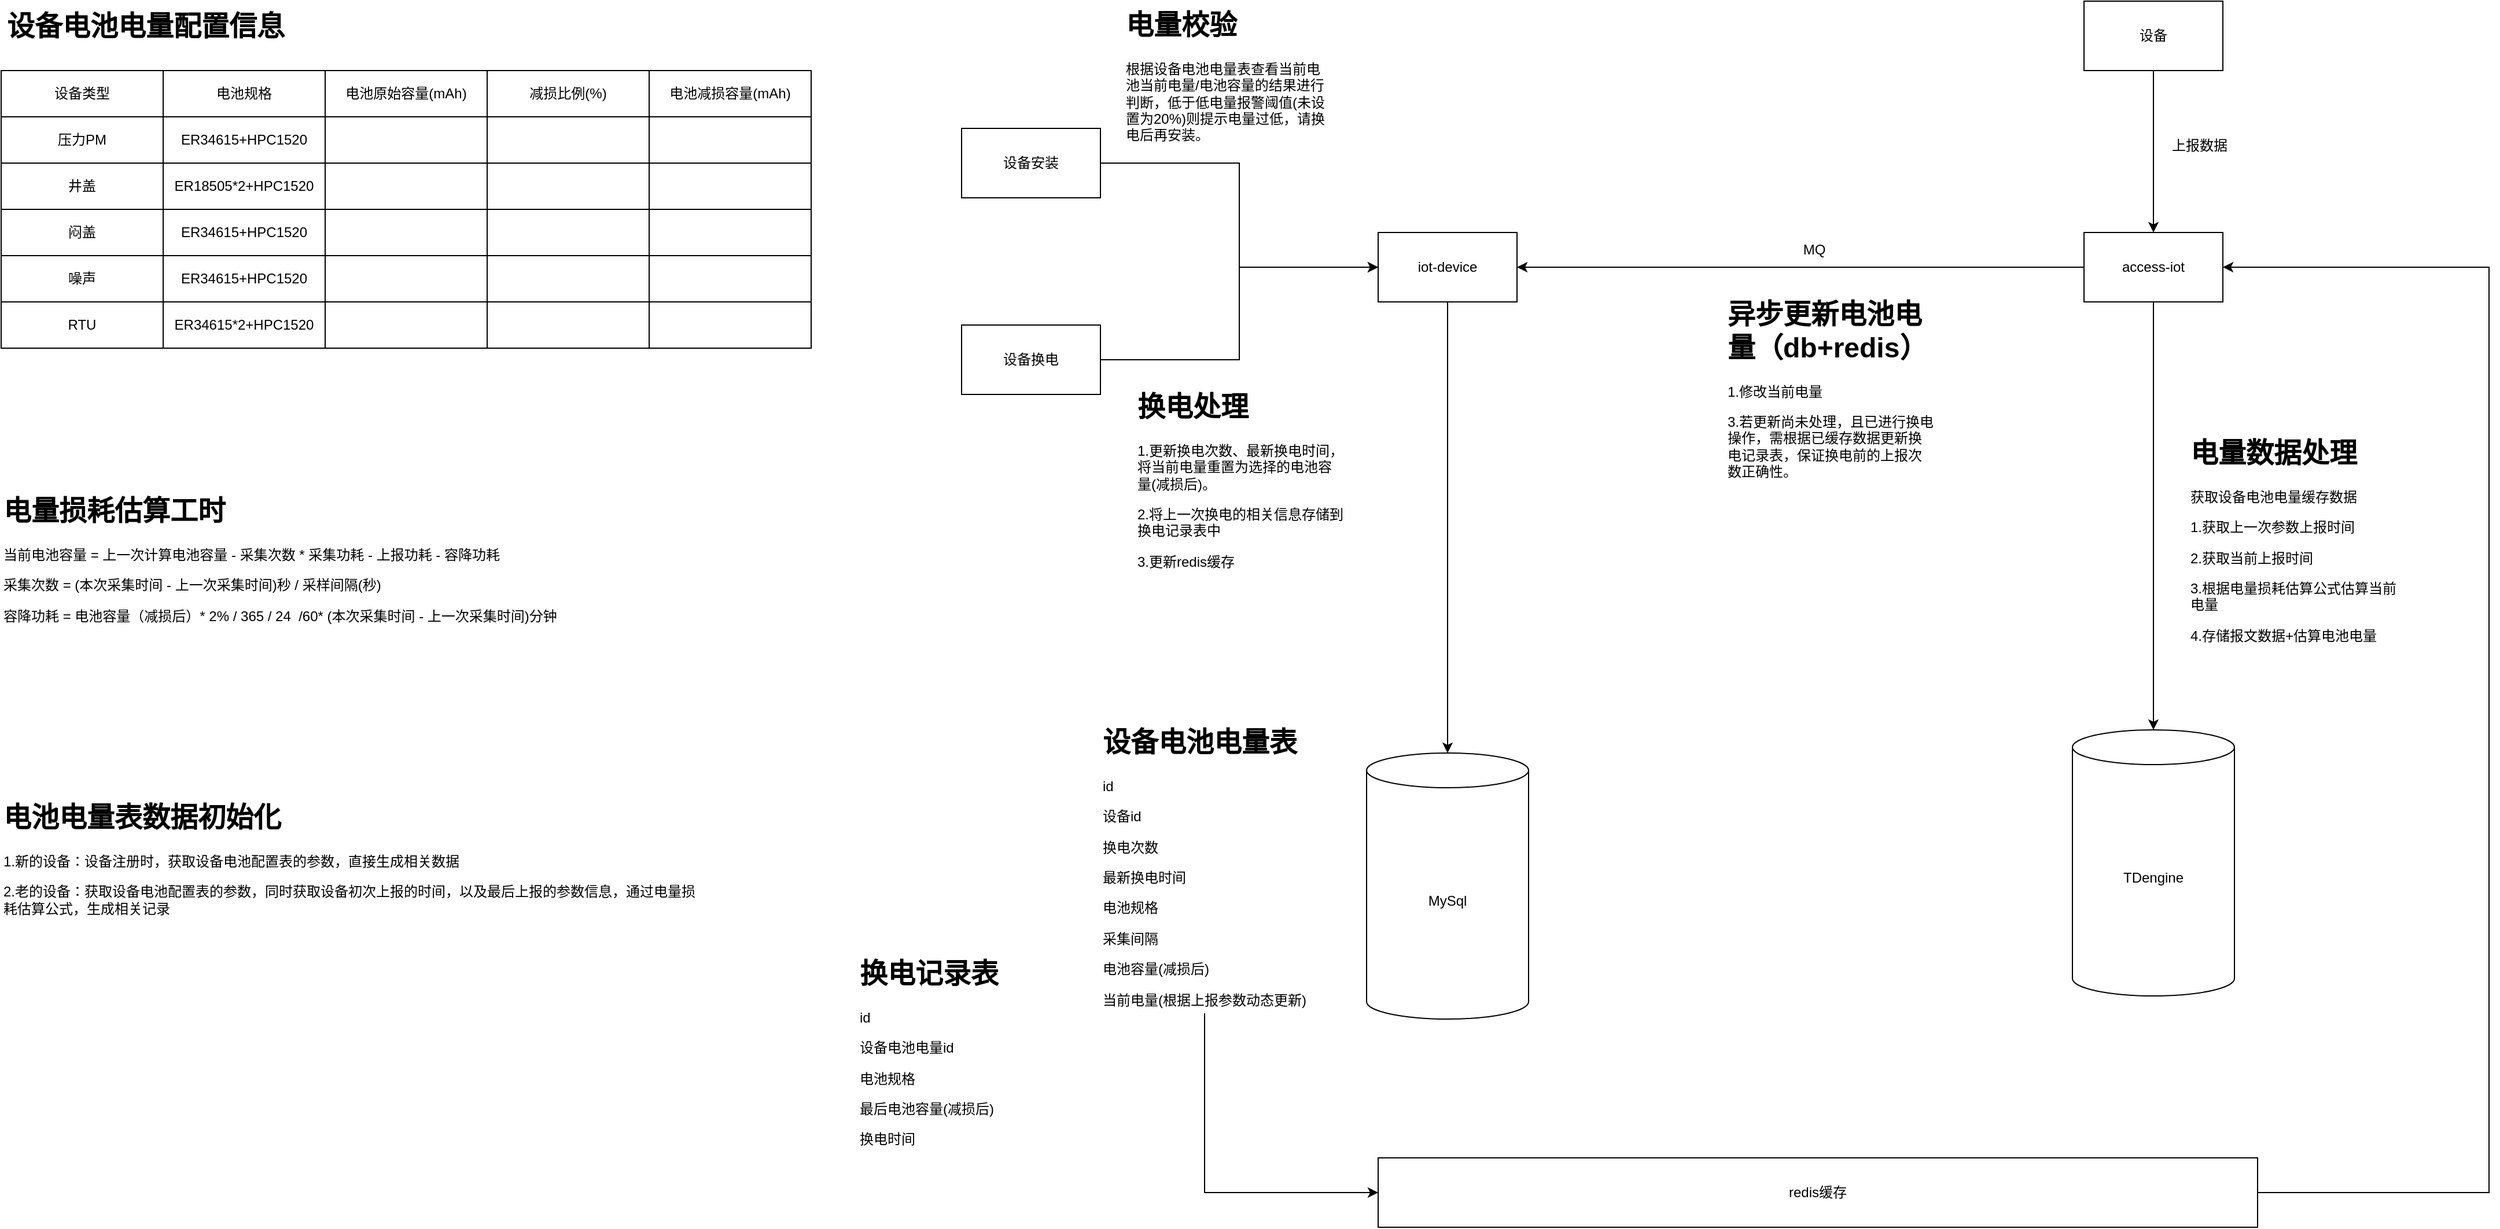
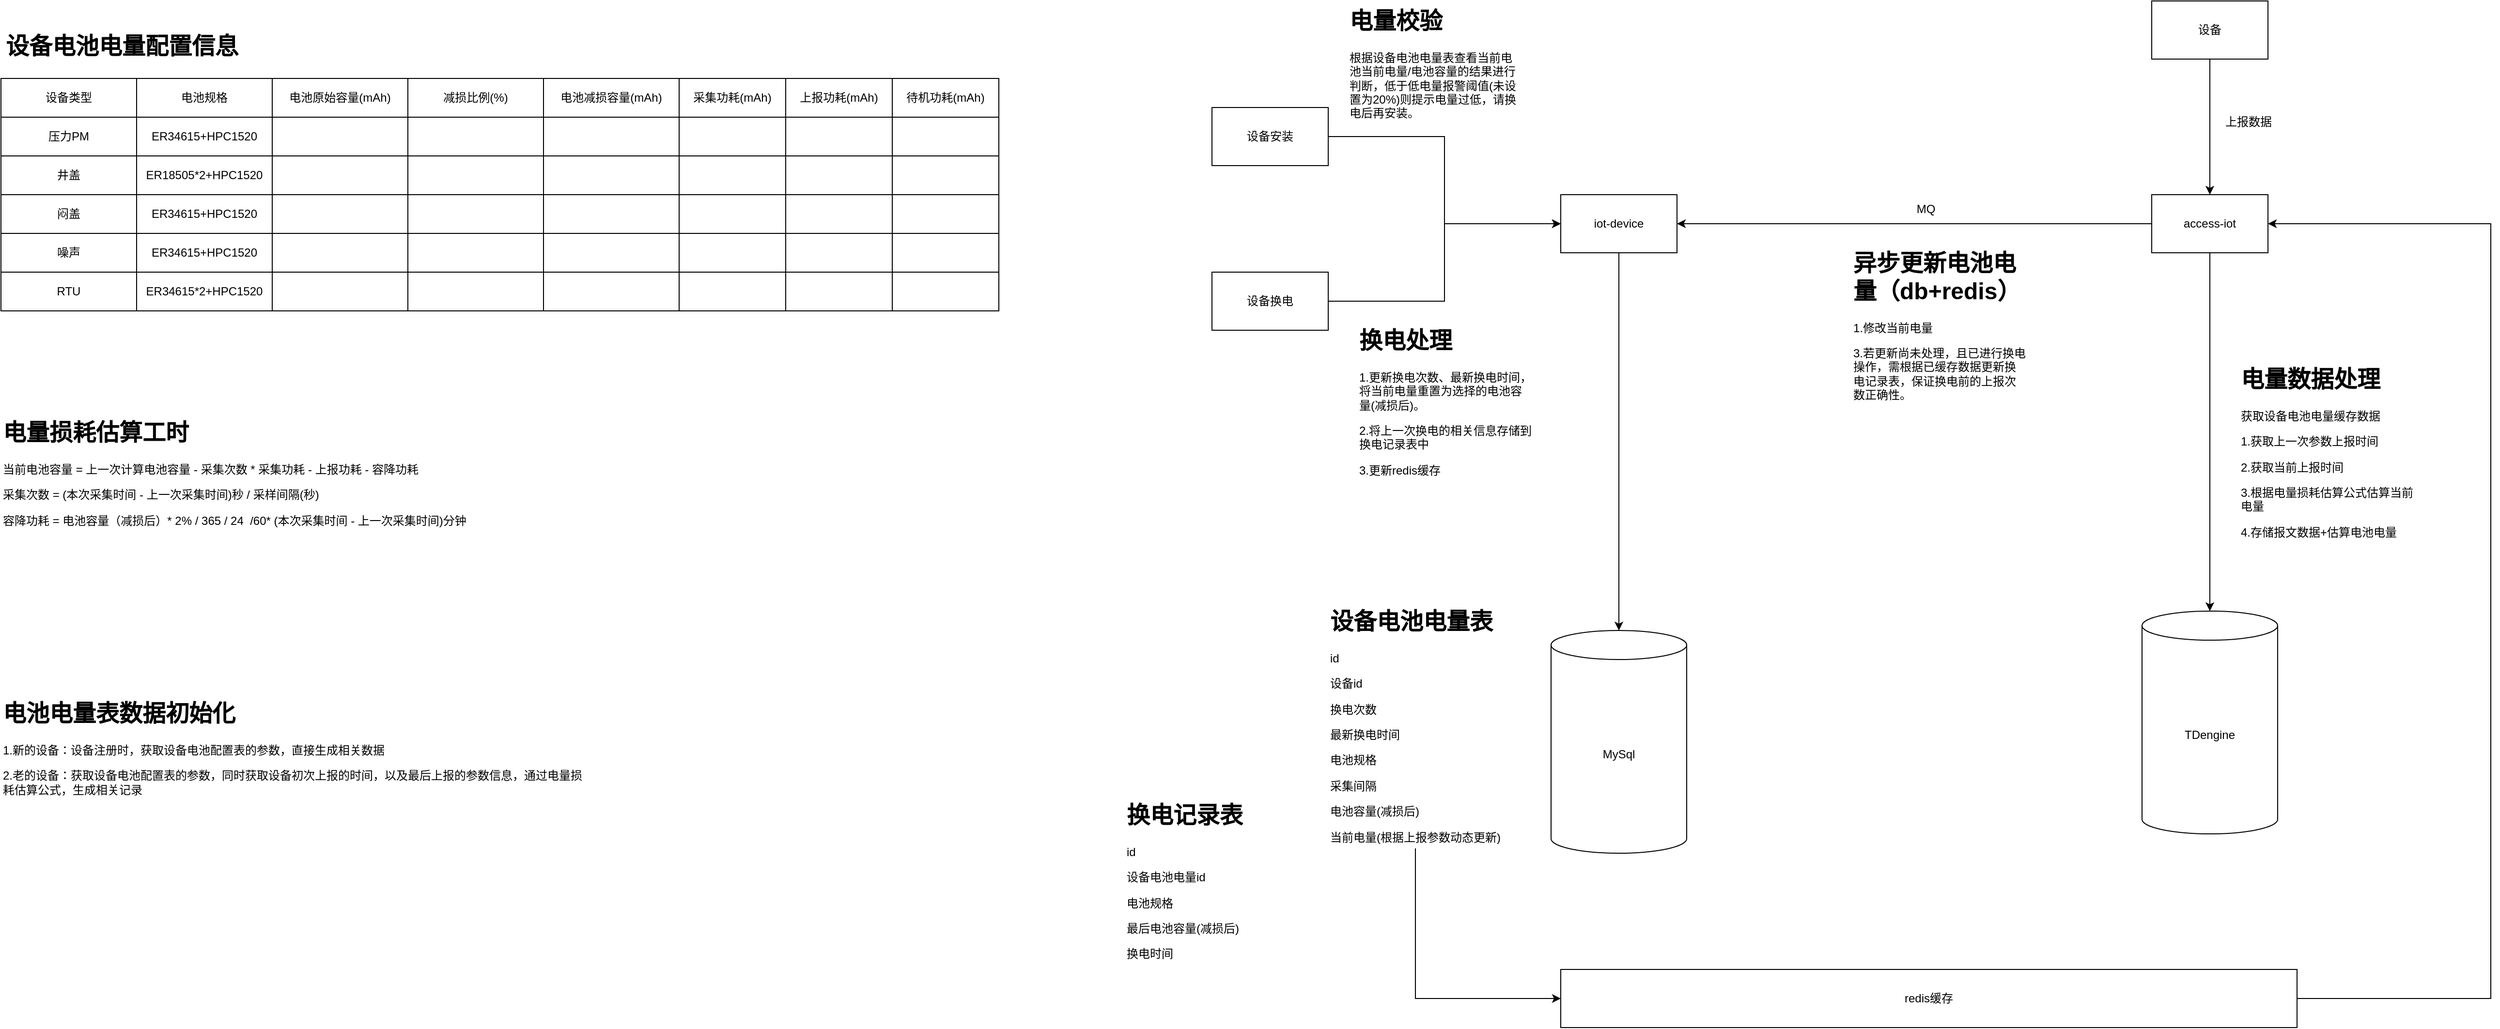
<mxfile host="app.diagrams.net">
  <diagram name="第 1 页" id="CJTt0Y1e_nSTC3EHAazc">
-     <mxGraphModel dx="2046" dy="1106" grid="1" gridSize="10" guides="1" tooltips="1" connect="1" arrows="1" fold="1" page="1" pageScale="1" pageWidth="827" pageHeight="1169" math="0" shadow="0">
+     <mxGraphModel dx="2873" dy="1106" grid="1" gridSize="10" guides="1" tooltips="1" connect="1" arrows="1" fold="1" page="1" pageScale="1" pageWidth="827" pageHeight="1169" math="0" shadow="0">
      <root>
        <mxCell id="0" />
        <mxCell id="1" parent="0" />
        <mxCell id="PJUP-OBpyC3OTBr9TddZ-1" edge="1" parent="1" source="PJUP-OBpyC3OTBr9TddZ-2" style="edgeStyle=orthogonalEdgeStyle;rounded=0;orthogonalLoop=1;jettySize=auto;html=1;exitX=0.5;exitY=1;exitDx=0;exitDy=0;" target="PJUP-OBpyC3OTBr9TddZ-6">
          <mxGeometry relative="1" as="geometry" />
        </mxCell>
        <mxCell id="PJUP-OBpyC3OTBr9TddZ-2" parent="1" style="rounded=0;whiteSpace=wrap;html=1;" value="iot-device" vertex="1">
          <mxGeometry height="60" width="120" x="1560" y="530" as="geometry" />
        </mxCell>
        <mxCell id="PJUP-OBpyC3OTBr9TddZ-3" edge="1" parent="1" source="PJUP-OBpyC3OTBr9TddZ-5" style="edgeStyle=orthogonalEdgeStyle;rounded=0;orthogonalLoop=1;jettySize=auto;html=1;exitX=0;exitY=0.5;exitDx=0;exitDy=0;entryX=1;entryY=0.5;entryDx=0;entryDy=0;" target="PJUP-OBpyC3OTBr9TddZ-2">
          <mxGeometry relative="1" as="geometry" />
        </mxCell>
        <mxCell id="PJUP-OBpyC3OTBr9TddZ-4" edge="1" parent="1" source="PJUP-OBpyC3OTBr9TddZ-5" style="edgeStyle=orthogonalEdgeStyle;rounded=0;orthogonalLoop=1;jettySize=auto;html=1;exitX=0.5;exitY=1;exitDx=0;exitDy=0;" target="PJUP-OBpyC3OTBr9TddZ-7">
          <mxGeometry relative="1" as="geometry" />
        </mxCell>
        <mxCell id="PJUP-OBpyC3OTBr9TddZ-5" parent="1" style="rounded=0;whiteSpace=wrap;html=1;" value="access-iot" vertex="1">
          <mxGeometry height="60" width="120" x="2170" y="530" as="geometry" />
        </mxCell>
        <mxCell id="PJUP-OBpyC3OTBr9TddZ-6" parent="1" style="shape=cylinder3;whiteSpace=wrap;html=1;boundedLbl=1;backgroundOutline=1;size=15;" value="MySql" vertex="1">
          <mxGeometry height="230" width="140" x="1550" y="980" as="geometry" />
        </mxCell>
        <mxCell id="PJUP-OBpyC3OTBr9TddZ-7" parent="1" style="shape=cylinder3;whiteSpace=wrap;html=1;boundedLbl=1;backgroundOutline=1;size=15;" value="TDengine" vertex="1">
          <mxGeometry height="230" width="140" x="2160" y="960" as="geometry" />
        </mxCell>
        <mxCell id="PJUP-OBpyC3OTBr9TddZ-8" parent="1" style="text;html=1;whiteSpace=wrap;strokeColor=none;fillColor=none;align=center;verticalAlign=middle;rounded=0;" value="MQ" vertex="1">
          <mxGeometry height="30" width="60" x="1907" y="530" as="geometry" />
        </mxCell>
        <mxCell id="PJUP-OBpyC3OTBr9TddZ-9" edge="1" parent="1" source="PJUP-OBpyC3OTBr9TddZ-10" style="edgeStyle=orthogonalEdgeStyle;rounded=0;orthogonalLoop=1;jettySize=auto;html=1;exitX=0.5;exitY=1;exitDx=0;exitDy=0;entryX=0;entryY=0.5;entryDx=0;entryDy=0;" target="PJUP-OBpyC3OTBr9TddZ-12">
          <mxGeometry relative="1" as="geometry" />
        </mxCell>
        <mxCell id="PJUP-OBpyC3OTBr9TddZ-10" parent="1" style="text;html=1;whiteSpace=wrap;overflow=hidden;rounded=0;" value="&lt;h1 style=&quot;margin-top: 0px;&quot;&gt;设备电池电量表&lt;/h1&gt;&lt;p&gt;id&lt;/p&gt;&lt;p&gt;设备id&lt;/p&gt;&lt;p&gt;换电次数&lt;/p&gt;&lt;p&gt;最新换电时间&lt;/p&gt;&lt;p&gt;电池规格&lt;/p&gt;&lt;p&gt;采集间隔&lt;/p&gt;&lt;p&gt;电池容量(减损后)&lt;/p&gt;&lt;p&gt;当前电量(&lt;span style=&quot;background-color: transparent; color: light-dark(rgb(0, 0, 0), rgb(255, 255, 255));&quot;&gt;根据上报参数动态更新&lt;/span&gt;&lt;span style=&quot;background-color: transparent; color: light-dark(rgb(0, 0, 0), rgb(255, 255, 255));&quot;&gt;)&lt;/span&gt;&lt;/p&gt;" vertex="1">
          <mxGeometry height="255" width="180" x="1320" y="950" as="geometry" />
        </mxCell>
        <mxCell id="PJUP-OBpyC3OTBr9TddZ-11" edge="1" parent="1" source="PJUP-OBpyC3OTBr9TddZ-12" style="edgeStyle=orthogonalEdgeStyle;rounded=0;orthogonalLoop=1;jettySize=auto;html=1;exitX=1;exitY=0.5;exitDx=0;exitDy=0;entryX=1;entryY=0.5;entryDx=0;entryDy=0;" target="PJUP-OBpyC3OTBr9TddZ-5">
          <mxGeometry relative="1" as="geometry">
            <Array as="points">
              <mxPoint x="2520" y="1360" />
              <mxPoint x="2520" y="560" />
            </Array>
          </mxGeometry>
        </mxCell>
        <mxCell id="PJUP-OBpyC3OTBr9TddZ-12" parent="1" style="rounded=0;whiteSpace=wrap;html=1;" value="redis缓存" vertex="1">
          <mxGeometry height="60" width="760" x="1560" y="1330" as="geometry" />
        </mxCell>
        <mxCell id="PJUP-OBpyC3OTBr9TddZ-13" edge="1" parent="1" source="PJUP-OBpyC3OTBr9TddZ-14" style="edgeStyle=orthogonalEdgeStyle;rounded=0;orthogonalLoop=1;jettySize=auto;html=1;exitX=0.5;exitY=1;exitDx=0;exitDy=0;entryX=0.5;entryY=0;entryDx=0;entryDy=0;" target="PJUP-OBpyC3OTBr9TddZ-5">
          <mxGeometry relative="1" as="geometry" />
        </mxCell>
        <mxCell id="PJUP-OBpyC3OTBr9TddZ-14" parent="1" style="rounded=0;whiteSpace=wrap;html=1;" value="设备" vertex="1">
          <mxGeometry height="60" width="120" x="2170" y="330" as="geometry" />
        </mxCell>
        <mxCell id="PJUP-OBpyC3OTBr9TddZ-15" parent="1" style="text;html=1;whiteSpace=wrap;strokeColor=none;fillColor=none;align=center;verticalAlign=middle;rounded=0;" value="上报数据" vertex="1">
          <mxGeometry height="30" width="60" x="2240" y="440" as="geometry" />
        </mxCell>
        <mxCell id="PJUP-OBpyC3OTBr9TddZ-16" parent="1" style="text;html=1;whiteSpace=wrap;overflow=hidden;rounded=0;" value="&lt;h1 style=&quot;margin-top: 0px;&quot;&gt;电量数据处理&lt;/h1&gt;&lt;p&gt;获取设备电池电量缓存数据&lt;/p&gt;&lt;p&gt;1.获取上一次参数上报时间&lt;/p&gt;&lt;p&gt;2.获取当前上报时间&lt;/p&gt;&lt;p&gt;3.根据电量损耗估算公式估算当前电量&lt;/p&gt;&lt;p&gt;4.存储报文数据+估算电池电量&lt;/p&gt;&lt;p&gt;&lt;br&gt;&lt;/p&gt;&lt;p&gt;&lt;br&gt;&lt;/p&gt;" vertex="1">
          <mxGeometry height="250" width="180" x="2260" y="700" as="geometry" />
        </mxCell>
        <mxCell id="PJUP-OBpyC3OTBr9TddZ-17" edge="1" parent="1" source="PJUP-OBpyC3OTBr9TddZ-18" style="edgeStyle=orthogonalEdgeStyle;rounded=0;orthogonalLoop=1;jettySize=auto;html=1;exitX=1;exitY=0.5;exitDx=0;exitDy=0;entryX=0;entryY=0.5;entryDx=0;entryDy=0;" target="PJUP-OBpyC3OTBr9TddZ-2">
          <mxGeometry relative="1" as="geometry" />
        </mxCell>
        <mxCell id="PJUP-OBpyC3OTBr9TddZ-18" parent="1" style="rounded=0;whiteSpace=wrap;html=1;" value="设备安装" vertex="1">
          <mxGeometry height="60" width="120" x="1200" y="440" as="geometry" />
        </mxCell>
        <mxCell id="PJUP-OBpyC3OTBr9TddZ-19" edge="1" parent="1" source="PJUP-OBpyC3OTBr9TddZ-20" style="edgeStyle=orthogonalEdgeStyle;rounded=0;orthogonalLoop=1;jettySize=auto;html=1;exitX=1;exitY=0.5;exitDx=0;exitDy=0;entryX=0;entryY=0.5;entryDx=0;entryDy=0;" target="PJUP-OBpyC3OTBr9TddZ-2">
          <mxGeometry relative="1" as="geometry" />
        </mxCell>
        <mxCell id="PJUP-OBpyC3OTBr9TddZ-20" parent="1" style="rounded=0;whiteSpace=wrap;html=1;" value="设备换电" vertex="1">
          <mxGeometry height="60" width="120" x="1200" y="610" as="geometry" />
        </mxCell>
        <mxCell id="PJUP-OBpyC3OTBr9TddZ-21" parent="1" style="text;html=1;whiteSpace=wrap;overflow=hidden;rounded=0;" value="&lt;h1 style=&quot;margin-top: 0px;&quot;&gt;电量校验&lt;/h1&gt;&lt;p&gt;根据设备电池电量表查看当前电池当前电量/电池容量的结果进行判断，低于低电量报警阈值&lt;span style=&quot;background-color: transparent; color: light-dark(rgb(0, 0, 0), rgb(255, 255, 255));&quot;&gt;(未设置为20%)&lt;/span&gt;&lt;span style=&quot;background-color: transparent; color: light-dark(rgb(0, 0, 0), rgb(255, 255, 255));&quot;&gt;则提示电量过低，请换电后再安装。&lt;/span&gt;&lt;/p&gt;" vertex="1">
          <mxGeometry height="150" width="180" x="1340" y="330" as="geometry" />
        </mxCell>
        <mxCell id="PJUP-OBpyC3OTBr9TddZ-22" parent="1" style="text;html=1;whiteSpace=wrap;overflow=hidden;rounded=0;" value="&lt;h1 style=&quot;margin-top: 0px;&quot;&gt;换电处理&lt;/h1&gt;&lt;p&gt;1.更新换电次数、最新换电时间，将当前电量重置为选择的电池容量(减损后)。&lt;/p&gt;&lt;p&gt;2.将上一次换电的相关信息存储到换电记录表中&lt;/p&gt;&lt;p&gt;3.更新redis缓存&lt;/p&gt;" vertex="1">
          <mxGeometry height="180" width="180" x="1350" y="660" as="geometry" />
        </mxCell>
        <mxCell id="PJUP-OBpyC3OTBr9TddZ-23" parent="1" style="text;html=1;whiteSpace=wrap;overflow=hidden;rounded=0;" value="&lt;h1 style=&quot;margin-top: 0px;&quot;&gt;换电记录表&lt;/h1&gt;&lt;p&gt;id&lt;/p&gt;&lt;p&gt;设备电池电量id&lt;/p&gt;&lt;p&gt;电池规格&lt;/p&gt;&lt;p&gt;最后电池容量(减损后)&lt;/p&gt;&lt;p&gt;换电时间&lt;/p&gt;" vertex="1">
          <mxGeometry height="210" width="180" x="1110" y="1150" as="geometry" />
        </mxCell>
        <mxCell id="PJUP-OBpyC3OTBr9TddZ-24" parent="1" style="text;html=1;whiteSpace=wrap;overflow=hidden;rounded=0;" value="&lt;h1 style=&quot;margin-top: 0px;&quot;&gt;异步更新电池电量（db+redis）&lt;/h1&gt;&lt;p&gt;1.修改当前电量&lt;/p&gt;&lt;p&gt;3.若更新尚未处理，且已进行换电操作，需根据已缓存数据更新换电记录表，保证换电前的上报次数正确性。&lt;/p&gt;&lt;p&gt;&lt;br&gt;&lt;/p&gt;" vertex="1">
          <mxGeometry height="310" width="180" x="1860" y="580" as="geometry" />
        </mxCell>
        <mxCell id="PJUP-OBpyC3OTBr9TddZ-25" parent="1" style="shape=table;startSize=0;container=1;collapsible=0;childLayout=tableLayout;fixedHeader=1;" value="" vertex="1">
-           <mxGeometry height="240" width="700" x="370" y="390" as="geometry" />
+           <mxGeometry height="240" width="1030" x="-50" y="410" as="geometry" />
        </mxCell>
        <mxCell id="PJUP-OBpyC3OTBr9TddZ-26" parent="PJUP-OBpyC3OTBr9TddZ-25" style="shape=tableRow;horizontal=0;startSize=0;swimlaneHead=0;swimlaneBody=0;strokeColor=inherit;top=0;left=0;bottom=0;right=0;collapsible=0;dropTarget=0;fillColor=none;points=[[0,0.5],[1,0.5]];portConstraint=eastwest;fixedHeader=1;" value="" vertex="1">
-           <mxGeometry height="40" width="700" as="geometry" />
+           <mxGeometry height="40" width="1030" as="geometry" />
        </mxCell>
        <mxCell id="PJUP-OBpyC3OTBr9TddZ-27" parent="PJUP-OBpyC3OTBr9TddZ-26" style="shape=partialRectangle;html=1;whiteSpace=wrap;connectable=0;strokeColor=inherit;overflow=hidden;fillColor=none;top=0;left=0;bottom=0;right=0;pointerEvents=1;" value="设备类型" vertex="1">
          <mxGeometry height="40" width="140" as="geometry">
            <mxRectangle height="40" width="140" as="alternateBounds" />
          </mxGeometry>
        </mxCell>
        <mxCell id="PJUP-OBpyC3OTBr9TddZ-28" parent="PJUP-OBpyC3OTBr9TddZ-26" style="shape=partialRectangle;html=1;whiteSpace=wrap;connectable=0;strokeColor=inherit;overflow=hidden;fillColor=none;top=0;left=0;bottom=0;right=0;pointerEvents=1;" value="电池规格" vertex="1">
          <mxGeometry height="40" width="140" x="140" as="geometry">
            <mxRectangle height="40" width="140" as="alternateBounds" />
          </mxGeometry>
        </mxCell>
        <mxCell id="PJUP-OBpyC3OTBr9TddZ-29" parent="PJUP-OBpyC3OTBr9TddZ-26" style="shape=partialRectangle;html=1;whiteSpace=wrap;connectable=0;strokeColor=inherit;overflow=hidden;fillColor=none;top=0;left=0;bottom=0;right=0;pointerEvents=1;" value="电池原始容量(mAh)" vertex="1">
          <mxGeometry height="40" width="140" x="280" as="geometry">
            <mxRectangle height="40" width="140" as="alternateBounds" />
          </mxGeometry>
        </mxCell>
        <mxCell id="PJUP-OBpyC3OTBr9TddZ-50" parent="PJUP-OBpyC3OTBr9TddZ-26" style="shape=partialRectangle;html=1;whiteSpace=wrap;connectable=0;strokeColor=inherit;overflow=hidden;fillColor=none;top=0;left=0;bottom=0;right=0;pointerEvents=1;" value="减损比例(%)" vertex="1">
          <mxGeometry height="40" width="140" x="420" as="geometry">
            <mxRectangle height="40" width="140" as="alternateBounds" />
          </mxGeometry>
        </mxCell>
        <mxCell id="PJUP-OBpyC3OTBr9TddZ-56" parent="PJUP-OBpyC3OTBr9TddZ-26" style="shape=partialRectangle;html=1;whiteSpace=wrap;connectable=0;strokeColor=inherit;overflow=hidden;fillColor=none;top=0;left=0;bottom=0;right=0;pointerEvents=1;" value="电池减损容量(mAh)" vertex="1">
          <mxGeometry height="40" width="140" x="560" as="geometry">
            <mxRectangle height="40" width="140" as="alternateBounds" />
          </mxGeometry>
        </mxCell>
+         <mxCell id="PJUP-OBpyC3OTBr9TddZ-77" parent="PJUP-OBpyC3OTBr9TddZ-26" style="shape=partialRectangle;html=1;whiteSpace=wrap;connectable=0;strokeColor=inherit;overflow=hidden;fillColor=none;top=0;left=0;bottom=0;right=0;pointerEvents=1;" value="采集功耗(mAh)" vertex="1">
+           <mxGeometry height="40" width="110" x="700" as="geometry">
+             <mxRectangle height="40" width="110" as="alternateBounds" />
+           </mxGeometry>
+         </mxCell>
+         <mxCell id="PJUP-OBpyC3OTBr9TddZ-90" parent="PJUP-OBpyC3OTBr9TddZ-26" style="shape=partialRectangle;html=1;whiteSpace=wrap;connectable=0;strokeColor=inherit;overflow=hidden;fillColor=none;top=0;left=0;bottom=0;right=0;pointerEvents=1;" value="上报功耗(mAh)" vertex="1">
+           <mxGeometry height="40" width="110" x="810" as="geometry">
+             <mxRectangle height="40" width="110" as="alternateBounds" />
+           </mxGeometry>
+         </mxCell>
+         <mxCell id="PJUP-OBpyC3OTBr9TddZ-83" parent="PJUP-OBpyC3OTBr9TddZ-26" style="shape=partialRectangle;html=1;whiteSpace=wrap;connectable=0;strokeColor=inherit;overflow=hidden;fillColor=none;top=0;left=0;bottom=0;right=0;pointerEvents=1;" value="待机功耗(mAh)" vertex="1">
+           <mxGeometry height="40" width="110" x="920" as="geometry">
+             <mxRectangle height="40" width="110" as="alternateBounds" />
+           </mxGeometry>
+         </mxCell>
        <mxCell id="PJUP-OBpyC3OTBr9TddZ-30" parent="PJUP-OBpyC3OTBr9TddZ-25" style="shape=tableRow;horizontal=0;startSize=0;swimlaneHead=0;swimlaneBody=0;strokeColor=inherit;top=0;left=0;bottom=0;right=0;collapsible=0;dropTarget=0;fillColor=none;points=[[0,0.5],[1,0.5]];portConstraint=eastwest;fixedHeader=1;" value="" vertex="1">
-           <mxGeometry height="40" width="700" y="40" as="geometry" />
+           <mxGeometry height="40" width="1030" y="40" as="geometry" />
        </mxCell>
        <mxCell id="PJUP-OBpyC3OTBr9TddZ-31" parent="PJUP-OBpyC3OTBr9TddZ-30" style="shape=partialRectangle;html=1;whiteSpace=wrap;connectable=0;strokeColor=inherit;overflow=hidden;fillColor=none;top=0;left=0;bottom=0;right=0;pointerEvents=1;" value="压力PM" vertex="1">
          <mxGeometry height="40" width="140" as="geometry">
            <mxRectangle height="40" width="140" as="alternateBounds" />
          </mxGeometry>
        </mxCell>
        <mxCell id="PJUP-OBpyC3OTBr9TddZ-32" parent="PJUP-OBpyC3OTBr9TddZ-30" style="shape=partialRectangle;html=1;whiteSpace=wrap;connectable=0;strokeColor=inherit;overflow=hidden;fillColor=none;top=0;left=0;bottom=0;right=0;pointerEvents=1;" value="ER34615+HPC1520" vertex="1">
          <mxGeometry height="40" width="140" x="140" as="geometry">
            <mxRectangle height="40" width="140" as="alternateBounds" />
          </mxGeometry>
        </mxCell>
        <mxCell id="PJUP-OBpyC3OTBr9TddZ-33" parent="PJUP-OBpyC3OTBr9TddZ-30" style="shape=partialRectangle;html=1;whiteSpace=wrap;connectable=0;strokeColor=inherit;overflow=hidden;fillColor=none;top=0;left=0;bottom=0;right=0;pointerEvents=1;" value="" vertex="1">
          <mxGeometry height="40" width="140" x="280" as="geometry">
            <mxRectangle height="40" width="140" as="alternateBounds" />
          </mxGeometry>
        </mxCell>
        <mxCell id="PJUP-OBpyC3OTBr9TddZ-51" parent="PJUP-OBpyC3OTBr9TddZ-30" style="shape=partialRectangle;html=1;whiteSpace=wrap;connectable=0;strokeColor=inherit;overflow=hidden;fillColor=none;top=0;left=0;bottom=0;right=0;pointerEvents=1;" vertex="1">
          <mxGeometry height="40" width="140" x="420" as="geometry">
            <mxRectangle height="40" width="140" as="alternateBounds" />
          </mxGeometry>
        </mxCell>
        <mxCell id="PJUP-OBpyC3OTBr9TddZ-57" parent="PJUP-OBpyC3OTBr9TddZ-30" style="shape=partialRectangle;html=1;whiteSpace=wrap;connectable=0;strokeColor=inherit;overflow=hidden;fillColor=none;top=0;left=0;bottom=0;right=0;pointerEvents=1;" vertex="1">
          <mxGeometry height="40" width="140" x="560" as="geometry">
            <mxRectangle height="40" width="140" as="alternateBounds" />
          </mxGeometry>
        </mxCell>
+         <mxCell id="PJUP-OBpyC3OTBr9TddZ-78" parent="PJUP-OBpyC3OTBr9TddZ-30" style="shape=partialRectangle;html=1;whiteSpace=wrap;connectable=0;strokeColor=inherit;overflow=hidden;fillColor=none;top=0;left=0;bottom=0;right=0;pointerEvents=1;" vertex="1">
+           <mxGeometry height="40" width="110" x="700" as="geometry">
+             <mxRectangle height="40" width="110" as="alternateBounds" />
+           </mxGeometry>
+         </mxCell>
+         <mxCell id="PJUP-OBpyC3OTBr9TddZ-91" parent="PJUP-OBpyC3OTBr9TddZ-30" style="shape=partialRectangle;html=1;whiteSpace=wrap;connectable=0;strokeColor=inherit;overflow=hidden;fillColor=none;top=0;left=0;bottom=0;right=0;pointerEvents=1;" vertex="1">
+           <mxGeometry height="40" width="110" x="810" as="geometry">
+             <mxRectangle height="40" width="110" as="alternateBounds" />
+           </mxGeometry>
+         </mxCell>
+         <mxCell id="PJUP-OBpyC3OTBr9TddZ-84" parent="PJUP-OBpyC3OTBr9TddZ-30" style="shape=partialRectangle;html=1;whiteSpace=wrap;connectable=0;strokeColor=inherit;overflow=hidden;fillColor=none;top=0;left=0;bottom=0;right=0;pointerEvents=1;" vertex="1">
+           <mxGeometry height="40" width="110" x="920" as="geometry">
+             <mxRectangle height="40" width="110" as="alternateBounds" />
+           </mxGeometry>
+         </mxCell>
        <mxCell id="PJUP-OBpyC3OTBr9TddZ-34" parent="PJUP-OBpyC3OTBr9TddZ-25" style="shape=tableRow;horizontal=0;startSize=0;swimlaneHead=0;swimlaneBody=0;strokeColor=inherit;top=0;left=0;bottom=0;right=0;collapsible=0;dropTarget=0;fillColor=none;points=[[0,0.5],[1,0.5]];portConstraint=eastwest;fixedHeader=1;" value="" vertex="1">
-           <mxGeometry height="40" width="700" y="80" as="geometry" />
+           <mxGeometry height="40" width="1030" y="80" as="geometry" />
        </mxCell>
        <mxCell id="PJUP-OBpyC3OTBr9TddZ-35" parent="PJUP-OBpyC3OTBr9TddZ-34" style="shape=partialRectangle;html=1;whiteSpace=wrap;connectable=0;strokeColor=inherit;overflow=hidden;fillColor=none;top=0;left=0;bottom=0;right=0;pointerEvents=1;" value="井盖" vertex="1">
          <mxGeometry height="40" width="140" as="geometry">
            <mxRectangle height="40" width="140" as="alternateBounds" />
          </mxGeometry>
        </mxCell>
        <mxCell id="PJUP-OBpyC3OTBr9TddZ-36" parent="PJUP-OBpyC3OTBr9TddZ-34" style="shape=partialRectangle;html=1;whiteSpace=wrap;connectable=0;strokeColor=inherit;overflow=hidden;fillColor=none;top=0;left=0;bottom=0;right=0;pointerEvents=1;" value="ER18505*2+HPC1520" vertex="1">
          <mxGeometry height="40" width="140" x="140" as="geometry">
            <mxRectangle height="40" width="140" as="alternateBounds" />
          </mxGeometry>
        </mxCell>
        <mxCell id="PJUP-OBpyC3OTBr9TddZ-37" parent="PJUP-OBpyC3OTBr9TddZ-34" style="shape=partialRectangle;html=1;whiteSpace=wrap;connectable=0;strokeColor=inherit;overflow=hidden;fillColor=none;top=0;left=0;bottom=0;right=0;pointerEvents=1;" value="" vertex="1">
          <mxGeometry height="40" width="140" x="280" as="geometry">
            <mxRectangle height="40" width="140" as="alternateBounds" />
          </mxGeometry>
        </mxCell>
        <mxCell id="PJUP-OBpyC3OTBr9TddZ-52" parent="PJUP-OBpyC3OTBr9TddZ-34" style="shape=partialRectangle;html=1;whiteSpace=wrap;connectable=0;strokeColor=inherit;overflow=hidden;fillColor=none;top=0;left=0;bottom=0;right=0;pointerEvents=1;" vertex="1">
          <mxGeometry height="40" width="140" x="420" as="geometry">
            <mxRectangle height="40" width="140" as="alternateBounds" />
          </mxGeometry>
        </mxCell>
        <mxCell id="PJUP-OBpyC3OTBr9TddZ-58" parent="PJUP-OBpyC3OTBr9TddZ-34" style="shape=partialRectangle;html=1;whiteSpace=wrap;connectable=0;strokeColor=inherit;overflow=hidden;fillColor=none;top=0;left=0;bottom=0;right=0;pointerEvents=1;" vertex="1">
          <mxGeometry height="40" width="140" x="560" as="geometry">
            <mxRectangle height="40" width="140" as="alternateBounds" />
          </mxGeometry>
        </mxCell>
+         <mxCell id="PJUP-OBpyC3OTBr9TddZ-79" parent="PJUP-OBpyC3OTBr9TddZ-34" style="shape=partialRectangle;html=1;whiteSpace=wrap;connectable=0;strokeColor=inherit;overflow=hidden;fillColor=none;top=0;left=0;bottom=0;right=0;pointerEvents=1;" vertex="1">
+           <mxGeometry height="40" width="110" x="700" as="geometry">
+             <mxRectangle height="40" width="110" as="alternateBounds" />
+           </mxGeometry>
+         </mxCell>
+         <mxCell id="PJUP-OBpyC3OTBr9TddZ-92" parent="PJUP-OBpyC3OTBr9TddZ-34" style="shape=partialRectangle;html=1;whiteSpace=wrap;connectable=0;strokeColor=inherit;overflow=hidden;fillColor=none;top=0;left=0;bottom=0;right=0;pointerEvents=1;" vertex="1">
+           <mxGeometry height="40" width="110" x="810" as="geometry">
+             <mxRectangle height="40" width="110" as="alternateBounds" />
+           </mxGeometry>
+         </mxCell>
+         <mxCell id="PJUP-OBpyC3OTBr9TddZ-85" parent="PJUP-OBpyC3OTBr9TddZ-34" style="shape=partialRectangle;html=1;whiteSpace=wrap;connectable=0;strokeColor=inherit;overflow=hidden;fillColor=none;top=0;left=0;bottom=0;right=0;pointerEvents=1;" vertex="1">
+           <mxGeometry height="40" width="110" x="920" as="geometry">
+             <mxRectangle height="40" width="110" as="alternateBounds" />
+           </mxGeometry>
+         </mxCell>
        <mxCell id="PJUP-OBpyC3OTBr9TddZ-38" parent="PJUP-OBpyC3OTBr9TddZ-25" style="shape=tableRow;horizontal=0;startSize=0;swimlaneHead=0;swimlaneBody=0;strokeColor=inherit;top=0;left=0;bottom=0;right=0;collapsible=0;dropTarget=0;fillColor=none;points=[[0,0.5],[1,0.5]];portConstraint=eastwest;fixedHeader=1;" value="" vertex="1">
-           <mxGeometry height="40" width="700" y="120" as="geometry" />
+           <mxGeometry height="40" width="1030" y="120" as="geometry" />
        </mxCell>
        <mxCell id="PJUP-OBpyC3OTBr9TddZ-39" parent="PJUP-OBpyC3OTBr9TddZ-38" style="shape=partialRectangle;html=1;whiteSpace=wrap;connectable=0;strokeColor=inherit;overflow=hidden;fillColor=none;top=0;left=0;bottom=0;right=0;pointerEvents=1;" value="闷盖" vertex="1">
          <mxGeometry height="40" width="140" as="geometry">
            <mxRectangle height="40" width="140" as="alternateBounds" />
          </mxGeometry>
        </mxCell>
        <mxCell id="PJUP-OBpyC3OTBr9TddZ-40" parent="PJUP-OBpyC3OTBr9TddZ-38" style="shape=partialRectangle;html=1;whiteSpace=wrap;connectable=0;strokeColor=inherit;overflow=hidden;fillColor=none;top=0;left=0;bottom=0;right=0;pointerEvents=1;" value="ER34615+HPC1520" vertex="1">
          <mxGeometry height="40" width="140" x="140" as="geometry">
            <mxRectangle height="40" width="140" as="alternateBounds" />
          </mxGeometry>
        </mxCell>
        <mxCell id="PJUP-OBpyC3OTBr9TddZ-41" parent="PJUP-OBpyC3OTBr9TddZ-38" style="shape=partialRectangle;html=1;whiteSpace=wrap;connectable=0;strokeColor=inherit;overflow=hidden;fillColor=none;top=0;left=0;bottom=0;right=0;pointerEvents=1;" value="" vertex="1">
          <mxGeometry height="40" width="140" x="280" as="geometry">
            <mxRectangle height="40" width="140" as="alternateBounds" />
          </mxGeometry>
        </mxCell>
        <mxCell id="PJUP-OBpyC3OTBr9TddZ-53" parent="PJUP-OBpyC3OTBr9TddZ-38" style="shape=partialRectangle;html=1;whiteSpace=wrap;connectable=0;strokeColor=inherit;overflow=hidden;fillColor=none;top=0;left=0;bottom=0;right=0;pointerEvents=1;" vertex="1">
          <mxGeometry height="40" width="140" x="420" as="geometry">
            <mxRectangle height="40" width="140" as="alternateBounds" />
          </mxGeometry>
        </mxCell>
        <mxCell id="PJUP-OBpyC3OTBr9TddZ-59" parent="PJUP-OBpyC3OTBr9TddZ-38" style="shape=partialRectangle;html=1;whiteSpace=wrap;connectable=0;strokeColor=inherit;overflow=hidden;fillColor=none;top=0;left=0;bottom=0;right=0;pointerEvents=1;" vertex="1">
          <mxGeometry height="40" width="140" x="560" as="geometry">
            <mxRectangle height="40" width="140" as="alternateBounds" />
          </mxGeometry>
        </mxCell>
+         <mxCell id="PJUP-OBpyC3OTBr9TddZ-80" parent="PJUP-OBpyC3OTBr9TddZ-38" style="shape=partialRectangle;html=1;whiteSpace=wrap;connectable=0;strokeColor=inherit;overflow=hidden;fillColor=none;top=0;left=0;bottom=0;right=0;pointerEvents=1;" vertex="1">
+           <mxGeometry height="40" width="110" x="700" as="geometry">
+             <mxRectangle height="40" width="110" as="alternateBounds" />
+           </mxGeometry>
+         </mxCell>
+         <mxCell id="PJUP-OBpyC3OTBr9TddZ-93" parent="PJUP-OBpyC3OTBr9TddZ-38" style="shape=partialRectangle;html=1;whiteSpace=wrap;connectable=0;strokeColor=inherit;overflow=hidden;fillColor=none;top=0;left=0;bottom=0;right=0;pointerEvents=1;" vertex="1">
+           <mxGeometry height="40" width="110" x="810" as="geometry">
+             <mxRectangle height="40" width="110" as="alternateBounds" />
+           </mxGeometry>
+         </mxCell>
+         <mxCell id="PJUP-OBpyC3OTBr9TddZ-86" parent="PJUP-OBpyC3OTBr9TddZ-38" style="shape=partialRectangle;html=1;whiteSpace=wrap;connectable=0;strokeColor=inherit;overflow=hidden;fillColor=none;top=0;left=0;bottom=0;right=0;pointerEvents=1;" vertex="1">
+           <mxGeometry height="40" width="110" x="920" as="geometry">
+             <mxRectangle height="40" width="110" as="alternateBounds" />
+           </mxGeometry>
+         </mxCell>
        <mxCell id="PJUP-OBpyC3OTBr9TddZ-42" parent="PJUP-OBpyC3OTBr9TddZ-25" style="shape=tableRow;horizontal=0;startSize=0;swimlaneHead=0;swimlaneBody=0;strokeColor=inherit;top=0;left=0;bottom=0;right=0;collapsible=0;dropTarget=0;fillColor=none;points=[[0,0.5],[1,0.5]];portConstraint=eastwest;fixedHeader=1;" value="" vertex="1">
-           <mxGeometry height="40" width="700" y="160" as="geometry" />
+           <mxGeometry height="40" width="1030" y="160" as="geometry" />
        </mxCell>
        <mxCell id="PJUP-OBpyC3OTBr9TddZ-43" parent="PJUP-OBpyC3OTBr9TddZ-42" style="shape=partialRectangle;html=1;whiteSpace=wrap;connectable=0;strokeColor=inherit;overflow=hidden;fillColor=none;top=0;left=0;bottom=0;right=0;pointerEvents=1;" value="噪声" vertex="1">
          <mxGeometry height="40" width="140" as="geometry">
            <mxRectangle height="40" width="140" as="alternateBounds" />
          </mxGeometry>
        </mxCell>
        <mxCell id="PJUP-OBpyC3OTBr9TddZ-44" parent="PJUP-OBpyC3OTBr9TddZ-42" style="shape=partialRectangle;html=1;whiteSpace=wrap;connectable=0;strokeColor=inherit;overflow=hidden;fillColor=none;top=0;left=0;bottom=0;right=0;pointerEvents=1;" value="ER34615+HPC1520" vertex="1">
          <mxGeometry height="40" width="140" x="140" as="geometry">
            <mxRectangle height="40" width="140" as="alternateBounds" />
          </mxGeometry>
        </mxCell>
        <mxCell id="PJUP-OBpyC3OTBr9TddZ-45" parent="PJUP-OBpyC3OTBr9TddZ-42" style="shape=partialRectangle;html=1;whiteSpace=wrap;connectable=0;strokeColor=inherit;overflow=hidden;fillColor=none;top=0;left=0;bottom=0;right=0;pointerEvents=1;" value="" vertex="1">
          <mxGeometry height="40" width="140" x="280" as="geometry">
            <mxRectangle height="40" width="140" as="alternateBounds" />
          </mxGeometry>
        </mxCell>
        <mxCell id="PJUP-OBpyC3OTBr9TddZ-54" parent="PJUP-OBpyC3OTBr9TddZ-42" style="shape=partialRectangle;html=1;whiteSpace=wrap;connectable=0;strokeColor=inherit;overflow=hidden;fillColor=none;top=0;left=0;bottom=0;right=0;pointerEvents=1;" vertex="1">
          <mxGeometry height="40" width="140" x="420" as="geometry">
            <mxRectangle height="40" width="140" as="alternateBounds" />
          </mxGeometry>
        </mxCell>
        <mxCell id="PJUP-OBpyC3OTBr9TddZ-60" parent="PJUP-OBpyC3OTBr9TddZ-42" style="shape=partialRectangle;html=1;whiteSpace=wrap;connectable=0;strokeColor=inherit;overflow=hidden;fillColor=none;top=0;left=0;bottom=0;right=0;pointerEvents=1;" vertex="1">
          <mxGeometry height="40" width="140" x="560" as="geometry">
            <mxRectangle height="40" width="140" as="alternateBounds" />
          </mxGeometry>
        </mxCell>
+         <mxCell id="PJUP-OBpyC3OTBr9TddZ-81" parent="PJUP-OBpyC3OTBr9TddZ-42" style="shape=partialRectangle;html=1;whiteSpace=wrap;connectable=0;strokeColor=inherit;overflow=hidden;fillColor=none;top=0;left=0;bottom=0;right=0;pointerEvents=1;" vertex="1">
+           <mxGeometry height="40" width="110" x="700" as="geometry">
+             <mxRectangle height="40" width="110" as="alternateBounds" />
+           </mxGeometry>
+         </mxCell>
+         <mxCell id="PJUP-OBpyC3OTBr9TddZ-94" parent="PJUP-OBpyC3OTBr9TddZ-42" style="shape=partialRectangle;html=1;whiteSpace=wrap;connectable=0;strokeColor=inherit;overflow=hidden;fillColor=none;top=0;left=0;bottom=0;right=0;pointerEvents=1;" vertex="1">
+           <mxGeometry height="40" width="110" x="810" as="geometry">
+             <mxRectangle height="40" width="110" as="alternateBounds" />
+           </mxGeometry>
+         </mxCell>
+         <mxCell id="PJUP-OBpyC3OTBr9TddZ-87" parent="PJUP-OBpyC3OTBr9TddZ-42" style="shape=partialRectangle;html=1;whiteSpace=wrap;connectable=0;strokeColor=inherit;overflow=hidden;fillColor=none;top=0;left=0;bottom=0;right=0;pointerEvents=1;" vertex="1">
+           <mxGeometry height="40" width="110" x="920" as="geometry">
+             <mxRectangle height="40" width="110" as="alternateBounds" />
+           </mxGeometry>
+         </mxCell>
        <mxCell id="PJUP-OBpyC3OTBr9TddZ-46" parent="PJUP-OBpyC3OTBr9TddZ-25" style="shape=tableRow;horizontal=0;startSize=0;swimlaneHead=0;swimlaneBody=0;strokeColor=inherit;top=0;left=0;bottom=0;right=0;collapsible=0;dropTarget=0;fillColor=none;points=[[0,0.5],[1,0.5]];portConstraint=eastwest;fixedHeader=1;" vertex="1">
-           <mxGeometry height="40" width="700" y="200" as="geometry" />
+           <mxGeometry height="40" width="1030" y="200" as="geometry" />
        </mxCell>
        <mxCell id="PJUP-OBpyC3OTBr9TddZ-47" parent="PJUP-OBpyC3OTBr9TddZ-46" style="shape=partialRectangle;html=1;whiteSpace=wrap;connectable=0;strokeColor=inherit;overflow=hidden;fillColor=none;top=0;left=0;bottom=0;right=0;pointerEvents=1;" value="RTU" vertex="1">
          <mxGeometry height="40" width="140" as="geometry">
            <mxRectangle height="40" width="140" as="alternateBounds" />
          </mxGeometry>
        </mxCell>
        <mxCell id="PJUP-OBpyC3OTBr9TddZ-48" parent="PJUP-OBpyC3OTBr9TddZ-46" style="shape=partialRectangle;html=1;whiteSpace=wrap;connectable=0;strokeColor=inherit;overflow=hidden;fillColor=none;top=0;left=0;bottom=0;right=0;pointerEvents=1;" value="ER34615*2+HPC1520" vertex="1">
          <mxGeometry height="40" width="140" x="140" as="geometry">
            <mxRectangle height="40" width="140" as="alternateBounds" />
          </mxGeometry>
        </mxCell>
        <mxCell id="PJUP-OBpyC3OTBr9TddZ-49" parent="PJUP-OBpyC3OTBr9TddZ-46" style="shape=partialRectangle;html=1;whiteSpace=wrap;connectable=0;strokeColor=inherit;overflow=hidden;fillColor=none;top=0;left=0;bottom=0;right=0;pointerEvents=1;" vertex="1">
          <mxGeometry height="40" width="140" x="280" as="geometry">
            <mxRectangle height="40" width="140" as="alternateBounds" />
          </mxGeometry>
        </mxCell>
        <mxCell id="PJUP-OBpyC3OTBr9TddZ-55" parent="PJUP-OBpyC3OTBr9TddZ-46" style="shape=partialRectangle;html=1;whiteSpace=wrap;connectable=0;strokeColor=inherit;overflow=hidden;fillColor=none;top=0;left=0;bottom=0;right=0;pointerEvents=1;" vertex="1">
          <mxGeometry height="40" width="140" x="420" as="geometry">
            <mxRectangle height="40" width="140" as="alternateBounds" />
          </mxGeometry>
        </mxCell>
        <mxCell id="PJUP-OBpyC3OTBr9TddZ-61" parent="PJUP-OBpyC3OTBr9TddZ-46" style="shape=partialRectangle;html=1;whiteSpace=wrap;connectable=0;strokeColor=inherit;overflow=hidden;fillColor=none;top=0;left=0;bottom=0;right=0;pointerEvents=1;" vertex="1">
          <mxGeometry height="40" width="140" x="560" as="geometry">
            <mxRectangle height="40" width="140" as="alternateBounds" />
          </mxGeometry>
        </mxCell>
+         <mxCell id="PJUP-OBpyC3OTBr9TddZ-82" parent="PJUP-OBpyC3OTBr9TddZ-46" style="shape=partialRectangle;html=1;whiteSpace=wrap;connectable=0;strokeColor=inherit;overflow=hidden;fillColor=none;top=0;left=0;bottom=0;right=0;pointerEvents=1;" vertex="1">
+           <mxGeometry height="40" width="110" x="700" as="geometry">
+             <mxRectangle height="40" width="110" as="alternateBounds" />
+           </mxGeometry>
+         </mxCell>
+         <mxCell id="PJUP-OBpyC3OTBr9TddZ-95" parent="PJUP-OBpyC3OTBr9TddZ-46" style="shape=partialRectangle;html=1;whiteSpace=wrap;connectable=0;strokeColor=inherit;overflow=hidden;fillColor=none;top=0;left=0;bottom=0;right=0;pointerEvents=1;" vertex="1">
+           <mxGeometry height="40" width="110" x="810" as="geometry">
+             <mxRectangle height="40" width="110" as="alternateBounds" />
+           </mxGeometry>
+         </mxCell>
+         <mxCell id="PJUP-OBpyC3OTBr9TddZ-88" parent="PJUP-OBpyC3OTBr9TddZ-46" style="shape=partialRectangle;html=1;whiteSpace=wrap;connectable=0;strokeColor=inherit;overflow=hidden;fillColor=none;top=0;left=0;bottom=0;right=0;pointerEvents=1;" vertex="1">
+           <mxGeometry height="40" width="110" x="920" as="geometry">
+             <mxRectangle height="40" width="110" as="alternateBounds" />
+           </mxGeometry>
+         </mxCell>
        <mxCell id="PJUP-OBpyC3OTBr9TddZ-62" parent="1" style="text;html=1;whiteSpace=wrap;overflow=hidden;rounded=0;" value="&lt;h1 style=&quot;margin-top: 0px;&quot;&gt;电量损耗估算工时&lt;/h1&gt;&lt;p&gt;当前电池容量 = 上一次计算电池容量 - 采集次数 * 采集功耗 - 上报功耗 - 容降功耗&amp;nbsp;&lt;/p&gt;&lt;p&gt;采集次数 = (本次采集时间 - 上一次采集时间)秒 / 采样间隔(秒)&lt;/p&gt;&lt;p&gt;容降功耗 = 电池容量（减损后）* 2% / 365 / 24&amp;nbsp; /60* (本次采集时间 - 上一次采集时间)分钟&lt;/p&gt;&lt;p&gt;&lt;br&gt;&lt;/p&gt;" vertex="1">
-           <mxGeometry height="250" width="760" x="370" y="750" as="geometry" />
+           <mxGeometry height="250" width="760" x="-50" y="755" as="geometry" />
        </mxCell>
        <mxCell id="PJUP-OBpyC3OTBr9TddZ-63" parent="1" style="text;html=1;whiteSpace=wrap;strokeColor=none;fillColor=none;align=center;verticalAlign=middle;rounded=0;" value="&lt;h1 style=&quot;text-align: left; margin-top: 0px;&quot;&gt;设备电池电量配置信息&lt;/h1&gt;" vertex="1">
-           <mxGeometry height="30" width="250" x="370" y="345" as="geometry" />
+           <mxGeometry height="30" width="250" x="-50" y="370" as="geometry" />
        </mxCell>
        <mxCell id="PJUP-OBpyC3OTBr9TddZ-64" parent="1" style="text;html=1;whiteSpace=wrap;overflow=hidden;rounded=0;" value="&lt;h1 style=&quot;margin-top: 0px;&quot;&gt;电池电量表数据初始化&lt;/h1&gt;&lt;p&gt;1.新的设备：设备注册时，获取设备电池配置表的参数，直接生成相关数据&lt;/p&gt;&lt;p&gt;2.老的设备：获取&lt;span style=&quot;background-color: transparent; color: light-dark(rgb(0, 0, 0), rgb(255, 255, 255));&quot;&gt;设备电池配置表的参数，同时获取&lt;/span&gt;&lt;span style=&quot;background-color: transparent; color: light-dark(rgb(0, 0, 0), rgb(255, 255, 255));&quot;&gt;设备初次上报的时间，以及最后上报的参数信息，通过电量损耗估算公式，生成相关记录&lt;/span&gt;&lt;/p&gt;" vertex="1">
-           <mxGeometry height="165" width="610" x="370" y="1015" as="geometry" />
+           <mxGeometry height="165" width="610" x="-50" y="1045" as="geometry" />
        </mxCell>
      </root>
    </mxGraphModel>
  </diagram>
</mxfile>
